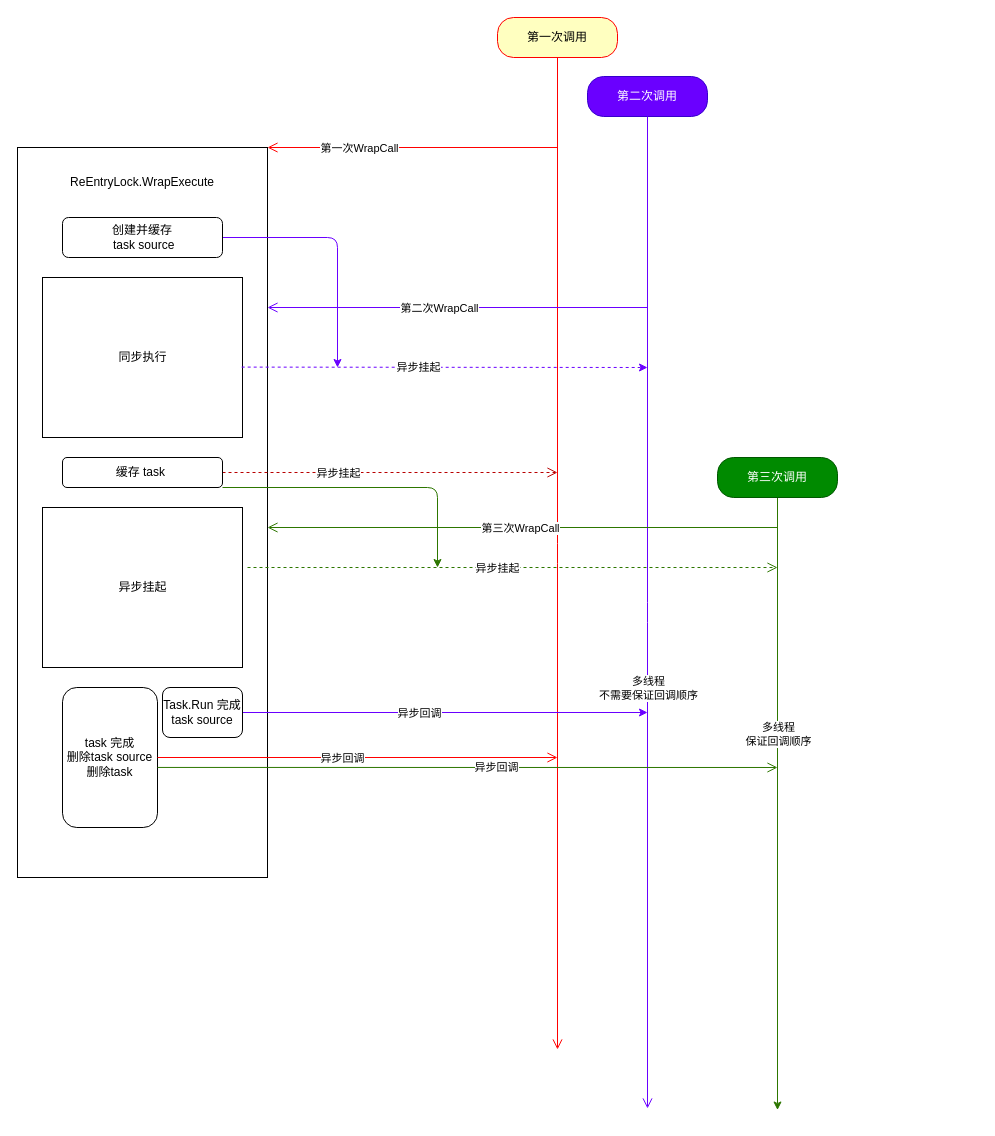
Earlier version of the draw.io diagram Runtime/ReEntryLock.drawio (0x3f3f3f3f/Megumin.Common). Source tidied: cells renumbered, new cells numbered last; positions are measured from the earlier drawing's top-left corner, leaving out a move shared by most shapes. Both pictures are drawn from the tidied source at 100%, with x=0, y=0 at pixel (17, 17).
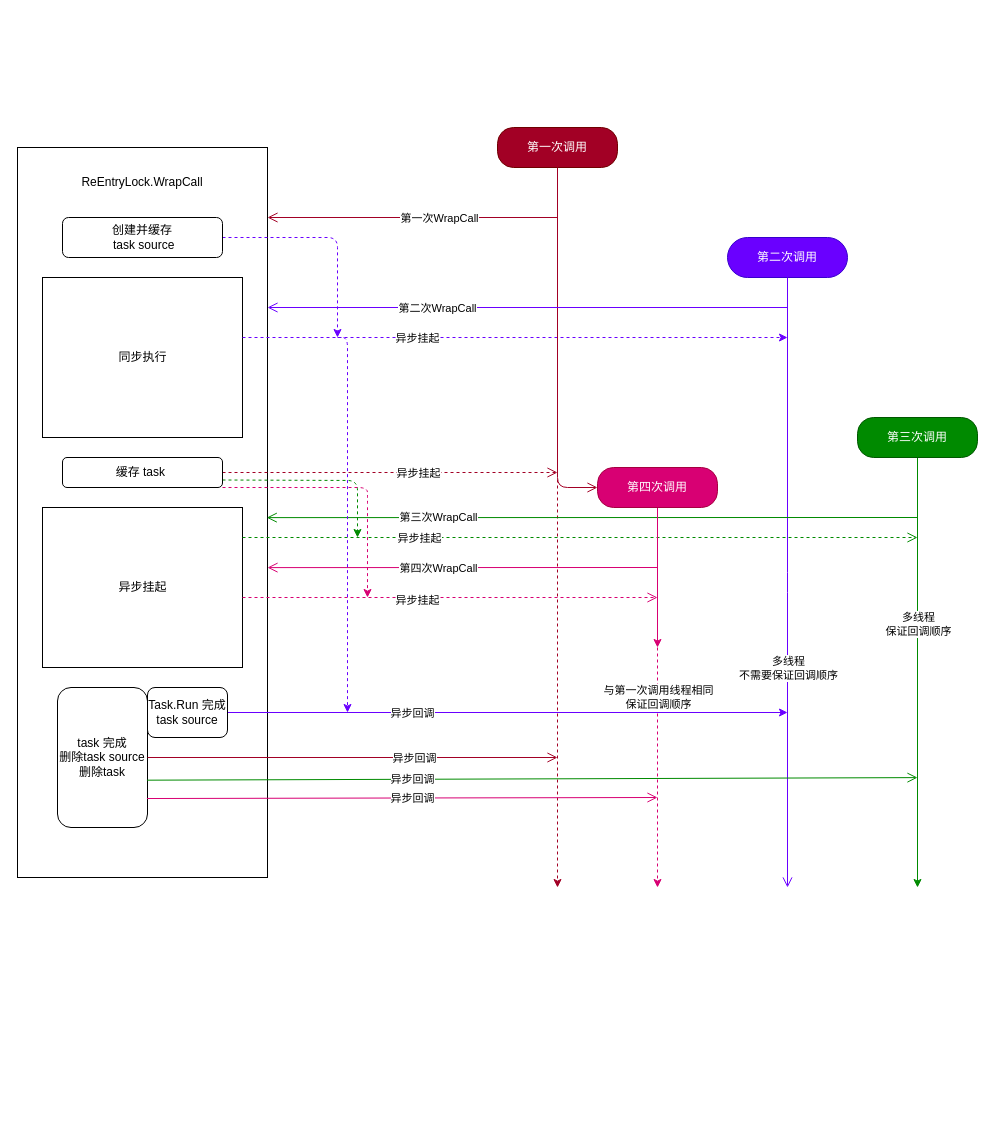
The same diagram, later.

Commit message:
修改重入锁设计图

Unchanged cells that the change refers to:
```xml
<mxCell id="2" style="html=1;points=[];perimeter=orthogonalPerimeter;align=center;" parent="1" vertex="1">
  <mxGeometry y="130" width="250" height="730" as="geometry" />
</mxCell>
<mxCell id="7" value="同步执行" style="html=1;points=[];perimeter=orthogonalPerimeter;" parent="1" vertex="1">
  <mxGeometry x="25" y="260" width="200" height="160" as="geometry" />
</mxCell>
<mxCell id="9" value="异步挂起" style="html=1;points=[];perimeter=orthogonalPerimeter;" parent="1" vertex="1">
  <mxGeometry x="25" y="490" width="200" height="160" as="geometry" />
</mxCell>
<mxCell id="13" value="创建并缓存&lt;br&gt;&amp;nbsp;task source" style="rounded=1;whiteSpace=wrap;html=1;" parent="1" vertex="1">
  <mxGeometry x="45" y="200" width="160" height="40" as="geometry" />
</mxCell>
<mxCell id="15" value="缓存 task&amp;nbsp;" style="rounded=1;whiteSpace=wrap;html=1;" parent="1" vertex="1">
  <mxGeometry x="45" y="440" width="160" height="30" as="geometry" />
</mxCell>
```

Change to the diagram source:
```diff
@@
-    <mxCell id="3" style="html=1;verticalAlign=bottom;endArrow=open;fillColor=#a20025;strokeColor=#ff0000;endSize=8;" parent="1" edge="1">
+    <mxCell id="3" style="html=1;verticalAlign=bottom;endArrow=open;fillColor=#a20025;strokeColor=#A20025;endSize=8;" parent="1" edge="1">
       <mxGeometry relative="1" as="geometry">
-        <mxPoint x="540" y="130" as="sourcePoint" />
-        <mxPoint x="250" y="130" as="targetPoint" />
+        <mxPoint x="540" y="200" as="sourcePoint" />
+        <mxPoint x="250" y="200" as="targetPoint" />
       </mxGeometry>
     </mxCell>
     <mxCell id="4" value="第一次WrapCall" style="edgeLabel;html=1;align=center;verticalAlign=middle;" parent="3" vertex="1">
       <mxGeometry x="0.08" y="1" relative="1" as="geometry">
-        <mxPoint x="-42" y="-1" as="offset" />
+        <mxPoint x="38" y="-1" as="offset" />
       </mxGeometry>
     </mxCell>
-    <mxCell id="5" style="html=1;verticalAlign=bottom;endArrow=open;dashed=1;endSize=8;exitX=1;exitY=0.5;exitDx=0;exitDy=0;fillColor=#a20025;strokeColor=#B80000;" parent="1" edge="1" source="15">
+    <mxCell id="5" style="html=1;verticalAlign=bottom;endArrow=open;dashed=1;endSize=8;exitX=1;exitY=0.5;exitDx=0;exitDy=0;fillColor=#a20025;strokeColor=#A20025;" parent="1" edge="1" source="15">
       <mxGeometry relative="1" as="geometry">
         <mxPoint x="540" y="455" as="targetPoint" />
       </mxGeometry>
     </mxCell>
     <mxCell id="6" value="异步挂起" style="edgeLabel;html=1;align=center;verticalAlign=middle;" parent="5" vertex="1">
       <mxGeometry x="0.08" y="-2" relative="1" as="geometry">
-        <mxPoint x="-66" y="-2" as="offset" />
+        <mxPoint x="14" y="-2" as="offset" />
       </mxGeometry>
     </mxCell>
@@
-    <mxCell id="8" value="&lt;span style=&quot;&quot;&gt;ReEntryLock.WrapExecute&lt;/span&gt;" style="text;html=1;strokeColor=none;fillColor=none;align=center;verticalAlign=middle;whiteSpace=wrap;rounded=0;" parent="1" vertex="1">
+    <mxCell id="8" value="&lt;span style=&quot;&quot;&gt;ReEntryLock.WrapCall&lt;/span&gt;" style="text;html=1;strokeColor=none;fillColor=none;align=center;verticalAlign=middle;whiteSpace=wrap;rounded=0;" parent="1" vertex="1">
       <mxGeometry x="40" y="150" width="170" height="30" as="geometry" />
     </mxCell>
@@
-    <mxCell id="10" style="edgeStyle=none;html=1;exitX=0.996;exitY=0.56;exitDx=0;exitDy=0;strokeColor=#6A00FF;exitPerimeter=0;dashed=1;" parent="1" edge="1" source="7">
+    <mxCell id="10" style="edgeStyle=none;html=1;strokeColor=#6A00FF;dashed=1;" parent="1" edge="1" source="7">
       <mxGeometry relative="1" as="geometry">
-        <mxPoint x="630" y="350" as="targetPoint" />
+        <mxPoint x="770" y="320" as="targetPoint" />
       </mxGeometry>
     </mxCell>
     <mxCell id="11" value="异步挂起" style="edgeLabel;html=1;align=center;verticalAlign=middle;" parent="10" vertex="1">
       <mxGeometry x="0.08" relative="1" as="geometry">
-        <mxPoint x="-43" as="offset" />
+        <mxPoint x="-120" as="offset" />
       </mxGeometry>
     </mxCell>
-    <mxCell id="12" style="edgeStyle=none;html=1;strokeColor=#6A00FF;" parent="1" edge="1" source="13">
+    <mxCell id="12" style="edgeStyle=none;html=1;strokeColor=#6A00FF;dashed=1;" parent="1" edge="1" source="13">
       <mxGeometry relative="1" as="geometry">
-        <mxPoint x="320" y="350" as="targetPoint" />
+        <mxPoint x="320" y="320" as="targetPoint" />
         <Array as="points">
           <mxPoint x="320" y="220" />
         </Array>
       </mxGeometry>
     </mxCell>
@@
-    <mxCell id="14" style="edgeStyle=none;html=1;strokeColor=#2D7600;exitX=1;exitY=1;exitDx=0;exitDy=0;fillColor=#60a917;" parent="1" edge="1" source="15">
+    <mxCell id="14" style="edgeStyle=none;html=1;strokeColor=#008A00;exitX=1;exitY=0.75;exitDx=0;exitDy=0;fillColor=#60a917;dashed=1;" parent="1" edge="1" source="15">
       <mxGeometry relative="1" as="geometry">
-        <mxPoint x="420" y="550" as="targetPoint" />
+        <mxPoint x="340" y="520" as="targetPoint" />
         <Array as="points">
-          <mxPoint x="420" y="470" />
+          <mxPoint x="340" y="463" />
         </Array>
       </mxGeometry>
     </mxCell>
@@
     <mxCell id="16" value="task 完成&lt;br&gt;删除task source&lt;br&gt;删除task" style="rounded=1;whiteSpace=wrap;html=1;" parent="1" vertex="1">
-      <mxGeometry x="45" y="670" width="95" height="140" as="geometry" />
+      <mxGeometry x="40" y="670" width="90" height="140" as="geometry" />
     </mxCell>
+    <mxCell id="38" style="edgeStyle=none;html=1;dashed=1;strokeColor=#A20025;fillColor=#e51400;" parent="1" edge="1">
+      <mxGeometry relative="1" as="geometry">
+        <mxPoint x="540" y="450" as="sourcePoint" />
+        <mxPoint x="540" y="870" as="targetPoint" />
+      </mxGeometry>
+    </mxCell>
-    <mxCell id="17" value="第一次调用" style="rounded=1;whiteSpace=wrap;html=1;arcSize=40;fontColor=#000000;fillColor=#ffffc0;strokeColor=#ff0000;" parent="1" vertex="1">
-      <mxGeometry x="480" width="120" height="40" as="geometry" />
+    <mxCell id="17" value="第一次调用" style="rounded=1;whiteSpace=wrap;html=1;arcSize=40;fontColor=#ffffff;fillColor=#a20025;strokeColor=#6F0000;" parent="1" vertex="1">
+      <mxGeometry x="480" y="110" width="120" height="40" as="geometry" />
     </mxCell>
-    <mxCell id="18" style="edgeStyle=orthogonalEdgeStyle;html=1;verticalAlign=bottom;endArrow=open;endSize=8;strokeColor=#ff0000;exitX=0.5;exitY=1;exitDx=0;exitDy=0;" parent="1" edge="1" source="17">
-      <mxGeometry relative="1" as="geometry">
-        <mxPoint x="540" y="1032" as="targetPoint" />
-      </mxGeometry>
+    <mxCell id="18" style="edgeStyle=orthogonalEdgeStyle;html=1;verticalAlign=bottom;endArrow=open;endSize=8;strokeColor=#A20025;exitX=0.5;exitY=1;exitDx=0;exitDy=0;entryX=0;entryY=0.5;entryDx=0;entryDy=0;" parent="1" edge="1" source="17" target="40">
+      <mxGeometry relative="1" as="geometry" />
     </mxCell>
-    <mxCell id="19" style="html=1;verticalAlign=bottom;endArrow=open;endSize=8;exitX=1;exitY=0.5;exitDx=0;exitDy=0;fillColor=#a20025;strokeColor=#ff0000;" parent="1" edge="1" source="16">
+    <mxCell id="19" style="html=1;verticalAlign=bottom;endArrow=open;endSize=8;exitX=1;exitY=0.5;exitDx=0;exitDy=0;fillColor=#a20025;strokeColor=#A20025;" parent="1" edge="1" source="16">
       <mxGeometry relative="1" as="geometry">
         <mxPoint x="540" y="740" as="targetPoint" />
       </mxGeometry>
     </mxCell>
     <mxCell id="20" value="异步回调" style="edgeLabel;html=1;align=center;verticalAlign=middle;" parent="19" vertex="1">
       <mxGeometry x="0.14" relative="1" as="geometry">
-        <mxPoint x="-44" as="offset" />
+        <mxPoint x="32" as="offset" />
       </mxGeometry>
     </mxCell>
-    <mxCell id="21" value="第二次调用" style="rounded=1;whiteSpace=wrap;html=1;arcSize=40;fontColor=#ffffff;fillColor=#6A00FF;strokeColor=#3700CC;" parent="1" vertex="1">
-      <mxGeometry x="570" y="59" width="120" height="40" as="geometry" />
+    <mxCell id="21" value="第二次调用" style="rounded=1;whiteSpace=wrap;html=1;arcSize=50;fontColor=#ffffff;fillColor=#6a00ff;strokeColor=#3700CC;" parent="1" vertex="1">
+      <mxGeometry x="710" y="220" width="120" height="40" as="geometry" />
     </mxCell>
     <mxCell id="22" style="edgeStyle=orthogonalEdgeStyle;html=1;verticalAlign=bottom;endArrow=open;endSize=8;strokeColor=#6A00FF;exitX=0.5;exitY=1;exitDx=0;exitDy=0;fillColor=#6a00ff;" parent="1" edge="1" source="21">
       <mxGeometry relative="1" as="geometry">
-        <mxPoint x="630" y="1091" as="targetPoint" />
+        <mxPoint x="770" y="870" as="targetPoint" />
       </mxGeometry>
     </mxCell>
     <mxCell id="23" value="多线程&lt;br&gt;不需要保证回调顺序" style="edgeLabel;html=1;align=center;verticalAlign=middle;" parent="22" vertex="1">
       <mxGeometry x="-0.93" y="-1" relative="1" as="geometry">
-        <mxPoint x="1" y="536" as="offset" />
+        <mxPoint x="1" y="369" as="offset" />
       </mxGeometry>
     </mxCell>
     <mxCell id="24" style="html=1;verticalAlign=bottom;endArrow=open;fillColor=#6a00ff;strokeColor=#6A00FF;endSize=8;" parent="1" edge="1">
       <mxGeometry relative="1" as="geometry">
-        <mxPoint x="630" y="290" as="sourcePoint" />
+        <mxPoint x="770" y="290" as="sourcePoint" />
         <mxPoint x="250" y="290" as="targetPoint" />
       </mxGeometry>
     </mxCell>
     <mxCell id="25" value="第二次WrapCall" style="edgeLabel;html=1;align=center;verticalAlign=middle;" parent="24" vertex="1">
       <mxGeometry x="-0.12" relative="1" as="geometry">
-        <mxPoint x="-42" as="offset" />
+        <mxPoint x="-122" as="offset" />
       </mxGeometry>
     </mxCell>
     <mxCell id="26" style="edgeStyle=none;html=1;strokeColor=#6A00FF;" parent="1" edge="1" source="28">
       <mxGeometry relative="1" as="geometry">
-        <mxPoint x="630" y="695" as="targetPoint" />
+        <mxPoint x="770" y="695" as="targetPoint" />
       </mxGeometry>
     </mxCell>
     <mxCell id="27" value="异步回调" style="edgeLabel;html=1;align=center;verticalAlign=middle;" parent="26" vertex="1">
       <mxGeometry x="0.06" y="-1" relative="1" as="geometry">
-        <mxPoint x="-39" y="-1" as="offset" />
+        <mxPoint x="-113" y="-1" as="offset" />
       </mxGeometry>
     </mxCell>
     <mxCell id="28" value="Task.Run 完成task source&lt;br&gt;" style="rounded=1;whiteSpace=wrap;html=1;" parent="1" vertex="1">
-      <mxGeometry x="145" y="670" width="80" height="50" as="geometry" />
+      <mxGeometry x="130" y="670" width="80" height="50" as="geometry" />
     </mxCell>
-    <mxCell id="29" style="edgeStyle=none;html=1;strokeColor=#2D7600;fillColor=#60a917;" parent="1" edge="1" source="31">
+    <mxCell id="29" style="edgeStyle=none;html=1;strokeColor=#008A00;fillColor=#60a917;" parent="1" edge="1" source="31">
       <mxGeometry relative="1" as="geometry">
-        <mxPoint x="760" y="1092.5" as="targetPoint" />
+        <mxPoint x="900" y="870" as="targetPoint" />
       </mxGeometry>
     </mxCell>
@@
-    <mxCell id="31" value="第三次调用" style="rounded=1;whiteSpace=wrap;html=1;arcSize=40;fontColor=#ffffff;fillColor=#008a00;strokeColor=#005700;" parent="1" vertex="1">
-      <mxGeometry x="700" y="440" width="120" height="40" as="geometry" />
+    <mxCell id="31" value="第三次调用" style="rounded=1;whiteSpace=wrap;html=1;arcSize=40;fontColor=#ffffff;fillColor=#008A00;strokeColor=#005700;" parent="1" vertex="1">
+      <mxGeometry x="840" y="400" width="120" height="40" as="geometry" />
     </mxCell>
-    <mxCell id="32" style="html=1;verticalAlign=bottom;endArrow=open;fillColor=#60a917;strokeColor=#2D7600;endSize=8;" parent="1" edge="1" target="2">
+    <mxCell id="32" style="html=1;verticalAlign=bottom;endArrow=open;fillColor=#60a917;strokeColor=#008A00;endSize=8;entryX=0.997;entryY=0.507;entryDx=0;entryDy=0;entryPerimeter=0;" parent="1" edge="1" target="2">
       <mxGeometry relative="1" as="geometry">
-        <mxPoint x="760" y="510" as="sourcePoint" />
+        <mxPoint x="900" y="500" as="sourcePoint" />
       </mxGeometry>
     </mxCell>
     <mxCell id="33" value="第三次WrapCall" style="edgeLabel;html=1;align=center;verticalAlign=middle;" parent="32" vertex="1">
       <mxGeometry x="-0.29" y="2" relative="1" as="geometry">
-        <mxPoint x="-77" y="-2" as="offset" />
+        <mxPoint x="-249" y="-3" as="offset" />
       </mxGeometry>
     </mxCell>
-    <mxCell id="34" style="html=1;verticalAlign=bottom;endArrow=open;dashed=1;endSize=8;fillColor=#60a917;strokeColor=#2D7600;" parent="1" edge="1">
+    <mxCell id="34" style="html=1;verticalAlign=bottom;endArrow=open;dashed=1;endSize=8;fillColor=#60a917;strokeColor=#008A00;" parent="1" edge="1" source="9">
       <mxGeometry relative="1" as="geometry">
-        <mxPoint x="230" y="550" as="sourcePoint" />
-        <mxPoint x="760" y="550" as="targetPoint" />
+        <mxPoint x="900" y="520" as="targetPoint" />
       </mxGeometry>
     </mxCell>
     <mxCell id="35" value="异步挂起" style="edgeLabel;html=1;align=center;verticalAlign=middle;" parent="34" vertex="1">
       <mxGeometry x="0.08" y="-2" relative="1" as="geometry">
-        <mxPoint x="-37" y="-2" as="offset" />
+        <mxPoint x="-189" y="-2" as="offset" />
       </mxGeometry>
     </mxCell>
-    <mxCell id="36" style="html=1;verticalAlign=bottom;endArrow=open;endSize=8;exitX=1;exitY=0.571;exitDx=0;exitDy=0;fillColor=#60a917;strokeColor=#2D7600;exitPerimeter=0;" parent="1" edge="1" source="16">
+    <mxCell id="36" style="html=1;verticalAlign=bottom;endArrow=open;endSize=8;exitX=0.994;exitY=0.662;exitDx=0;exitDy=0;fillColor=#60a917;strokeColor=#008A00;exitPerimeter=0;" parent="1" edge="1" source="16">
       <mxGeometry relative="1" as="geometry">
-        <mxPoint x="760" y="750" as="targetPoint" />
+        <mxPoint x="900" y="760.1" as="targetPoint" />
       </mxGeometry>
     </mxCell>
     <mxCell id="37" value="异步回调" style="edgeLabel;html=1;align=center;verticalAlign=middle;" parent="36" vertex="1">
       <mxGeometry x="0.14" relative="1" as="geometry">
-        <mxPoint x="-14" as="offset" />
+        <mxPoint x="-174" as="offset" />
       </mxGeometry>
     </mxCell>
+    <mxCell id="39" style="edgeStyle=none;html=1;strokeColor=#D80073;fillColor=#d80073;" parent="1" edge="1" source="40">
+      <mxGeometry relative="1" as="geometry">
+        <mxPoint x="640" y="630" as="targetPoint" />
+      </mxGeometry>
+    </mxCell>
+    <mxCell id="40" value="第四次调用" style="rounded=1;whiteSpace=wrap;html=1;arcSize=40;fontColor=#ffffff;fillColor=#D80073;strokeColor=#A50040;" parent="1" vertex="1">
+      <mxGeometry x="580" y="450" width="120" height="40" as="geometry" />
+    </mxCell>
+    <mxCell id="41" style="html=1;verticalAlign=bottom;endArrow=open;fillColor=#d80073;strokeColor=#D80073;endSize=8;entryX=0.997;entryY=0.507;entryDx=0;entryDy=0;entryPerimeter=0;" parent="1" edge="1">
+      <mxGeometry relative="1" as="geometry">
+        <mxPoint x="640" y="550" as="sourcePoint" />
+        <mxPoint x="250" y="550.1" as="targetPoint" />
+      </mxGeometry>
+    </mxCell>
+    <mxCell id="42" value="第四次WrapCall" style="edgeLabel;html=1;align=center;verticalAlign=middle;" parent="41" vertex="1">
+      <mxGeometry x="-0.29" y="2" relative="1" as="geometry">
+        <mxPoint x="-82" y="-2" as="offset" />
+      </mxGeometry>
+    </mxCell>
+    <mxCell id="43" style="html=1;verticalAlign=bottom;endArrow=open;dashed=1;endSize=8;fillColor=#d80073;strokeColor=#D80073;" parent="1" edge="1" source="9">
+      <mxGeometry relative="1" as="geometry">
+        <mxPoint x="640" y="580" as="targetPoint" />
+      </mxGeometry>
+    </mxCell>
+    <mxCell id="44" value="异步挂起" style="edgeLabel;html=1;align=center;verticalAlign=middle;" parent="43" vertex="1">
+      <mxGeometry x="0.08" y="-2" relative="1" as="geometry">
+        <mxPoint x="-50" as="offset" />
+      </mxGeometry>
+    </mxCell>
+    <mxCell id="45" style="edgeStyle=none;html=1;strokeColor=#D80073;exitX=1;exitY=1;exitDx=0;exitDy=0;fillColor=#d80073;dashed=1;" parent="1" edge="1" source="15">
+      <mxGeometry relative="1" as="geometry">
+        <mxPoint x="350" y="580" as="targetPoint" />
+        <Array as="points">
+          <mxPoint x="350" y="470" />
+          <mxPoint x="350" y="480" />
+        </Array>
+      </mxGeometry>
+    </mxCell>
+    <mxCell id="46" style="edgeStyle=none;html=1;dashed=1;strokeColor=#D80073;fillColor=#d80073;" parent="1" edge="1">
+      <mxGeometry relative="1" as="geometry">
+        <mxPoint x="640" y="630" as="sourcePoint" />
+        <mxPoint x="640" y="870" as="targetPoint" />
+      </mxGeometry>
+    </mxCell>
+    <mxCell id="47" value="与第一次调用线程相同&lt;br&gt;保证回调顺序" style="edgeLabel;html=1;align=center;verticalAlign=middle;" parent="46" vertex="1">
+      <mxGeometry x="-0.59" y="2" relative="1" as="geometry">
+        <mxPoint x="-2" as="offset" />
+      </mxGeometry>
+    </mxCell>
+    <mxCell id="48" style="html=1;verticalAlign=bottom;endArrow=open;endSize=8;exitX=0.994;exitY=0.793;exitDx=0;exitDy=0;fillColor=#d80073;strokeColor=#D80073;exitPerimeter=0;" parent="1" edge="1" source="16">
+      <mxGeometry relative="1" as="geometry">
+        <mxPoint x="640" y="780" as="targetPoint" />
+      </mxGeometry>
+    </mxCell>
+    <mxCell id="49" value="异步回调" style="edgeLabel;html=1;align=center;verticalAlign=middle;" parent="48" vertex="1">
+      <mxGeometry x="0.14" relative="1" as="geometry">
+        <mxPoint x="-26" as="offset" />
+      </mxGeometry>
+    </mxCell>
+    <mxCell id="50" style="edgeStyle=none;html=1;strokeColor=#6A00FF;dashed=1;" parent="1" edge="1">
+      <mxGeometry relative="1" as="geometry">
+        <mxPoint x="320" y="320" as="sourcePoint" />
+        <mxPoint x="330" y="695" as="targetPoint" />
+        <Array as="points">
+          <mxPoint x="330" y="320" />
+        </Array>
+      </mxGeometry>
+    </mxCell>
```
